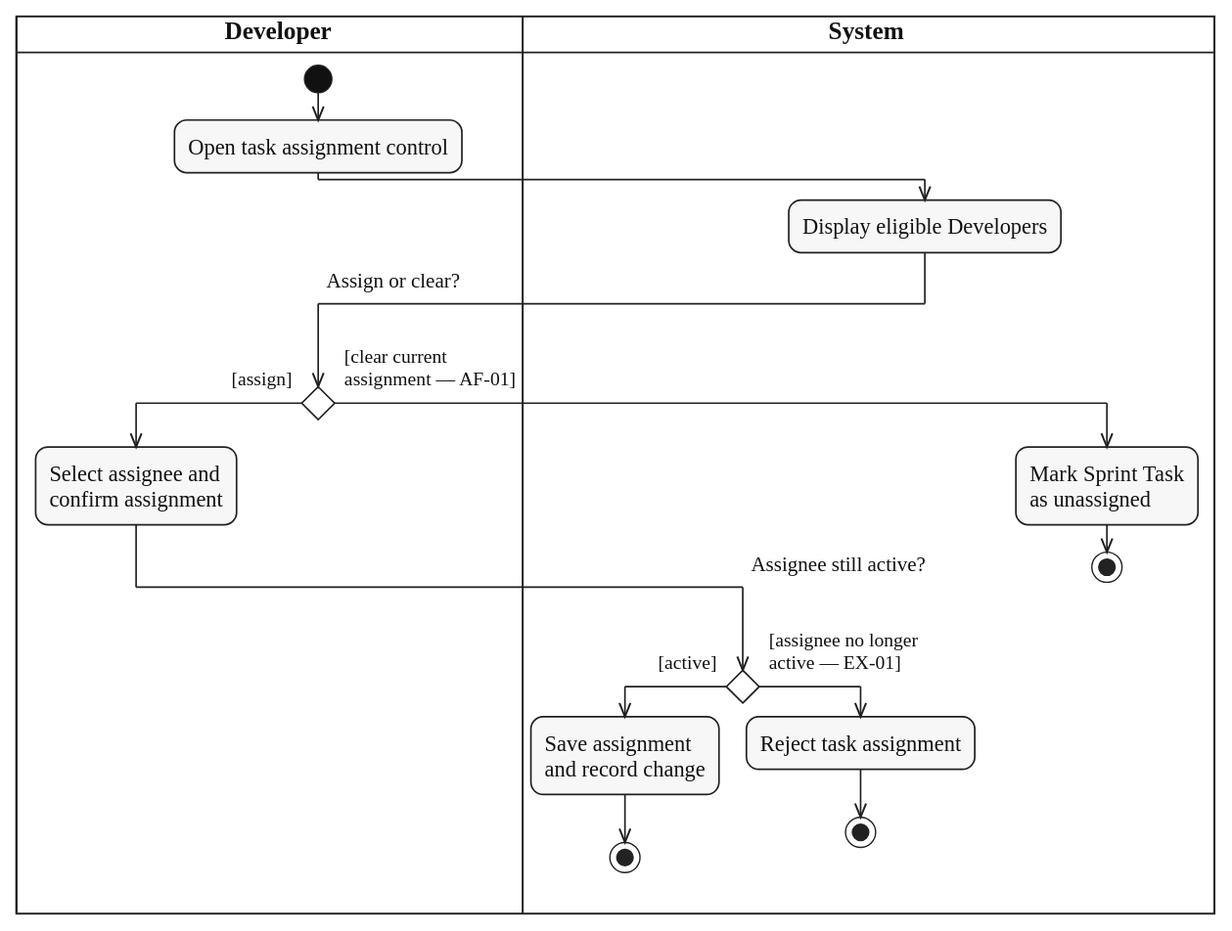
This is diagrams/activity/sprint-work/svg/UC-SPRINT-TASK-ASSIGN.svg from lukenab/swd392-doc-automation, a PlantUML export, as it was before one commit. Its source is kept beside it as diagrams/activity/sprint-work/source/UC-SPRINT-TASK-ASSIGN.puml.
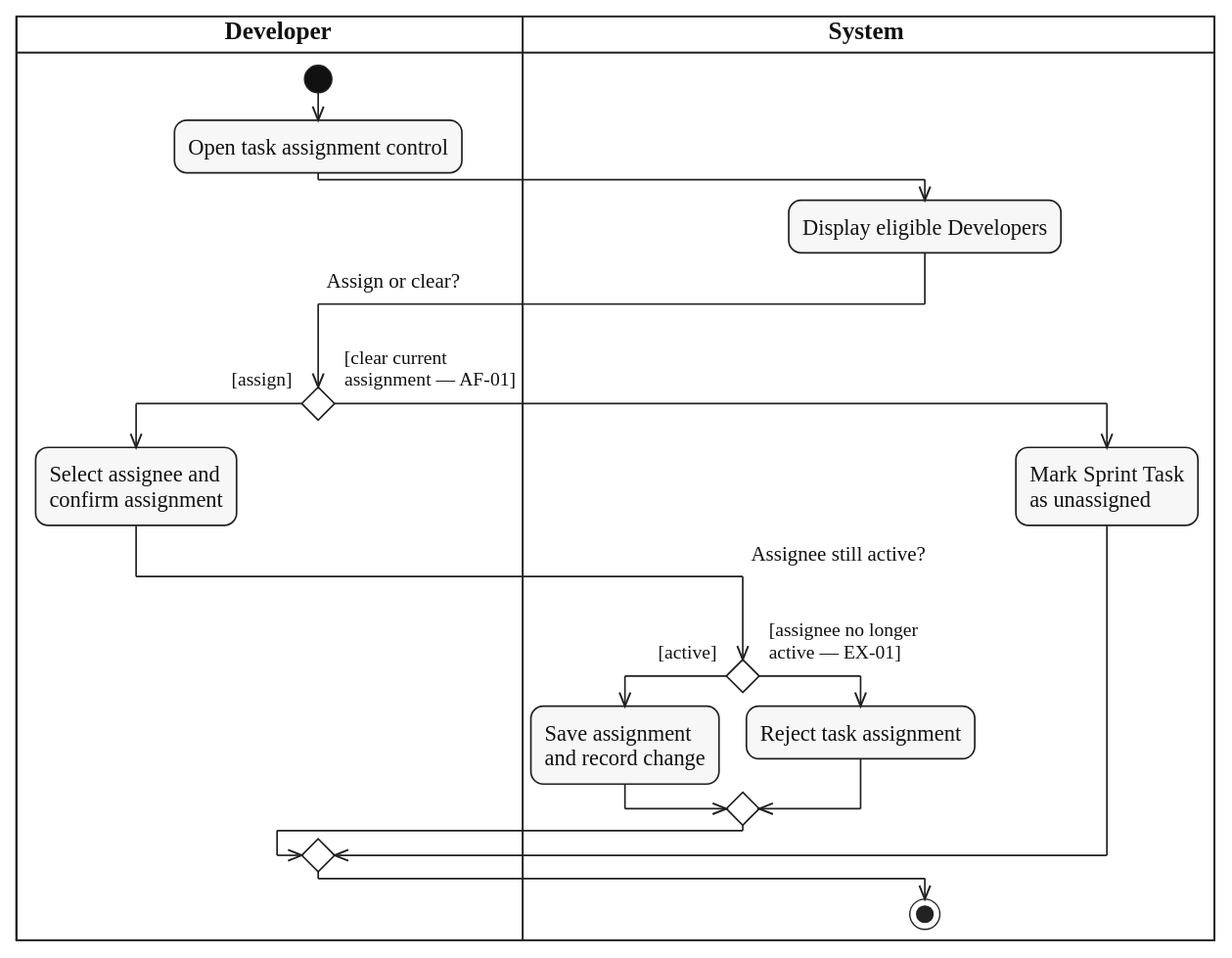
The same diagram one commit later.

What changed in the source:
```diff
@@ -16,15 +16,14 @@
   if ($question_x("Assignee still active?")) then ($guard_left("[active]"))
     :Save assignment
     and record change;
-    stop
   else ($guard_right("[assignee no longer", "active — EX-01]"))
     :Reject task assignment;
-    stop
   endif
 else ($guard_right("[clear current", "assignment — AF-01]"))
   |SYS|
   :Mark Sprint Task
   as unassigned;
-  stop
 endif
+|SYS|
+stop
 @enduml
```
